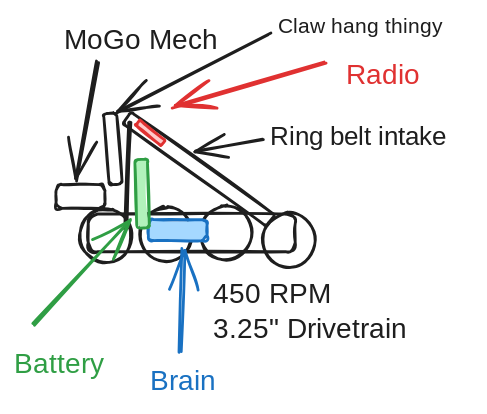
The Excalidraw diagram entries/overall-robot/brainstorm/eric-robot-idea.excalidraw.svg in Area-53-Robotics/53D-High-Stakes-Notebook, before a commit. Source tidied: one line per element, renumbered; positions are measured from the earlier drawing's top-left corner, leaving out a move shared by most shapes.
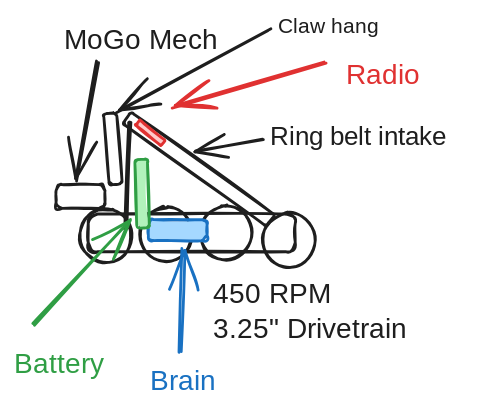
After the change.

Change to the diagram source:
```diff
@@ -21,5 +21,5 @@
 {"id": 20, "type": "arrow", "strokeColor": "#2f9e44", "backgroundColor": "#b2f2bb", "fillStyle": "solid", "strokeWidth": 2, "roughness": 1, "endArrowhead": "arrow", "round": true, "to": 19, "x": 14, "y": 223, "width": 68, "height": 75, "points": [[0, 0], [68, -75]]}
 {"id": 21, "type": "text", "text": "Battery ", "strokeColor": "#2f9e44", "backgroundColor": "#b2f2bb", "fillStyle": "solid", "strokeWidth": 2, "roughness": 1, "fontSize": 20, "fontFamily": 1, "x": 0, "y": 239, "width": 89, "height": 25}
 {"id": 22, "type": "rectangle", "strokeColor": "#1e1e1e", "angle": 1.49, "strokeWidth": 2, "roughness": 1, "round": true, "x": 45, "y": 92, "width": 51, "height": 9}
-{"id": 23, "type": "arrow", "strokeColor": "#1e1e1e", "strokeWidth": 2, "roughness": 1, "endArrowhead": "arrow", "round": true, "to": 22, "x": 182, "y": 15, "width": 109, "height": 56, "points": [[0, 0], [-109, 56]]}
+{"id": 23, "type": "arrow", "strokeColor": "#1e1e1e", "strokeWidth": 2, "roughness": 1, "endArrowhead": "arrow", "round": true, "from": 24, "to": 22, "x": 182, "y": 12, "width": 108, "height": 58, "points": [[0, 0], [-108, 58]]}
-{"id": 24, "type": "text", "text": "Claw hang thingy", "strokeColor": "#1e1e1e", "strokeWidth": 2, "roughness": 1, "fontSize": 15.14, "fontFamily": 1, "x": 189, "y": 0, "width": 122, "height": 19}
+{"id": 24, "type": "text", "text": "Claw hang", "strokeColor": "#1e1e1e", "strokeWidth": 2, "roughness": 1, "fontSize": 15.14, "fontFamily": 1, "x": 189, "y": 0, "width": 73, "height": 19}
```
